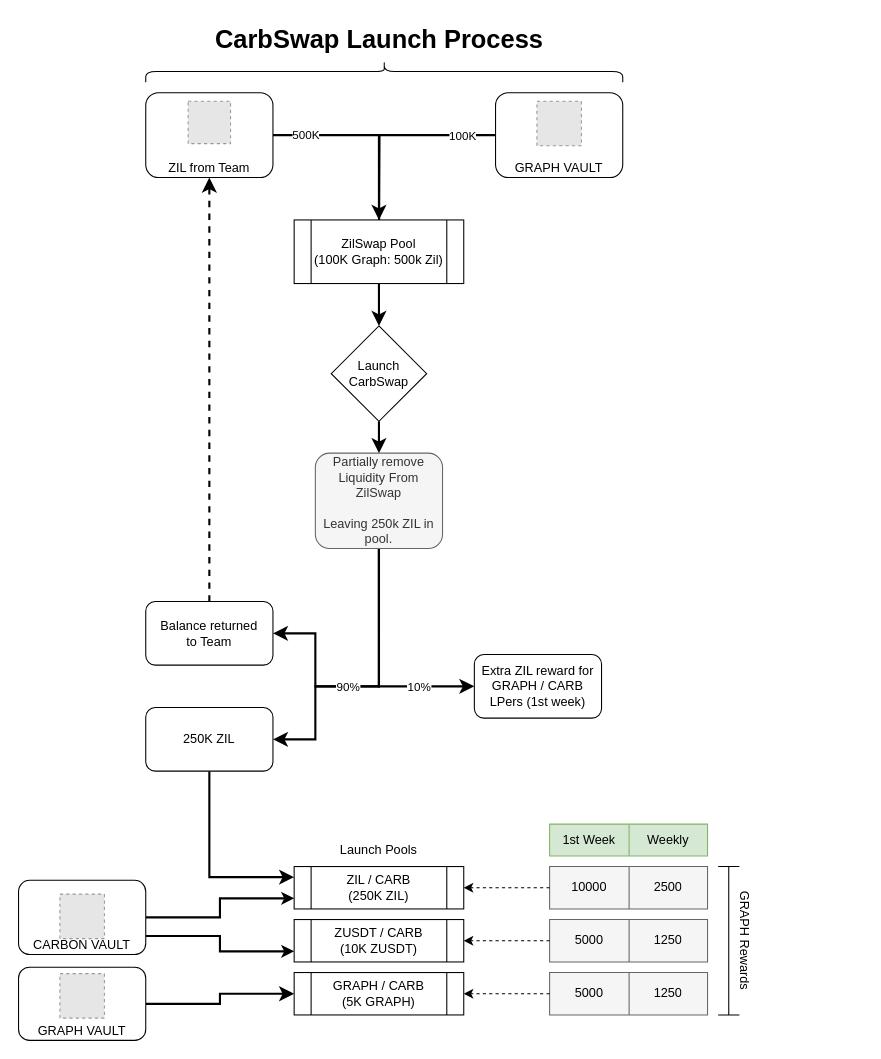
Above: carbswapflow.drawio in Carbon-Labs/Diagrams (draw.io), before the change. Source tidied: cells renumbered, new cells numbered last; positions are measured from the earlier drawing's top-left corner, leaving out a move shared by most shapes. Both pictures are drawn from the tidied source at 106%, with x=0, y=0 at pixel (18, -167). Pictures stored in the file or linked from it are replaced by grey dashed boxes.
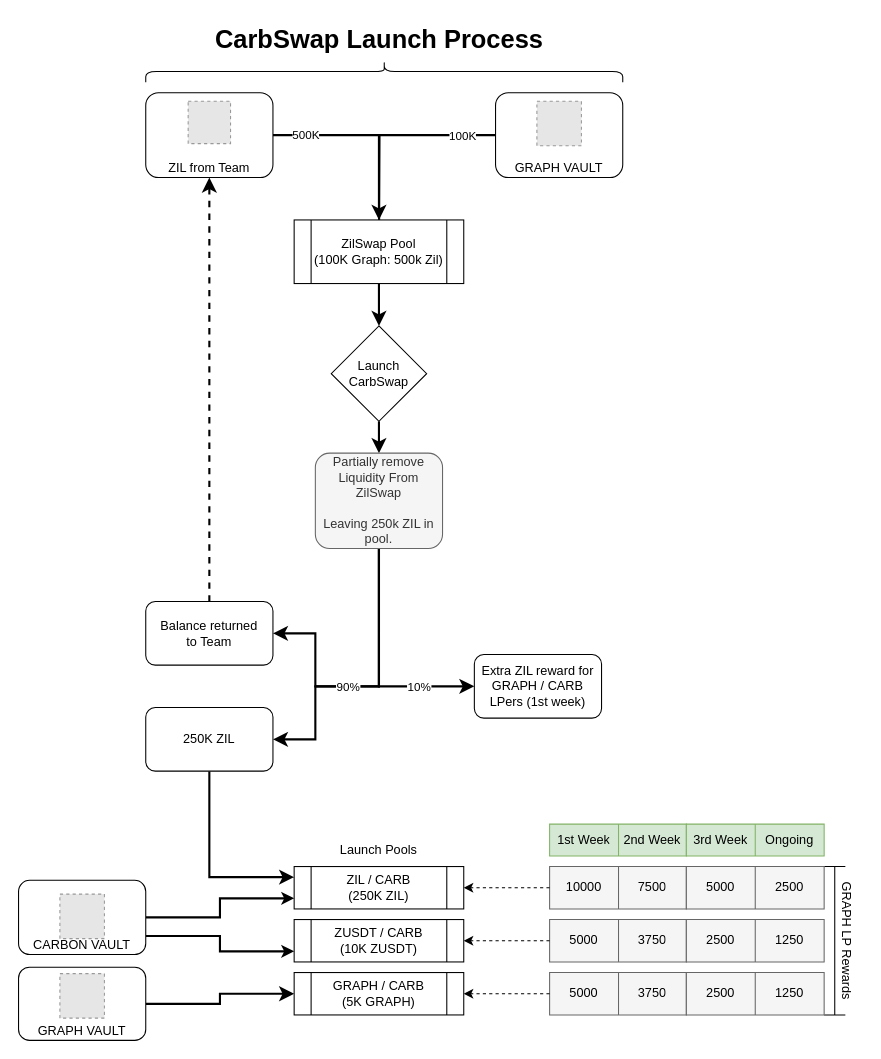
Above is the later version.

Diff of the diagram source:
```diff
@@
     <mxCell id="38" style="shape=table;startSize=0;childLayout=tableLayout;rounded=0;shadow=0;strokeColor=#82b366;fillColor=#d5e8d4;" parent="1" vertex="1">
-      <mxGeometry x="501" y="935" width="149" height="30" as="geometry" />
+      <mxGeometry x="501" y="935" width="129" height="30" as="geometry" />
     </mxCell>
     <mxCell id="39" style="shape=partialRectangle;fillColor=none;top=0;left=0;bottom=0;right=0;rounded=0;shadow=0;strokeColor=default;" parent="38" vertex="1">
-      <mxGeometry width="149" height="30" as="geometry" />
+      <mxGeometry width="129" height="30" as="geometry" />
     </mxCell>
     <mxCell id="40" value="1st Week" style="shape=partialRectangle;html=1;whiteSpace=wrap;overflow=hidden;fillColor=none;top=0;left=0;bottom=0;right=0;rounded=0;shadow=0;strokeColor=default;" parent="39" vertex="1">
-      <mxGeometry width="75" height="30" as="geometry" />
+      <mxGeometry width="65" height="30" as="geometry" />
     </mxCell>
-    <mxCell id="41" value="Weekly" style="shape=partialRectangle;html=1;whiteSpace=wrap;overflow=hidden;fillColor=none;top=0;left=0;bottom=0;right=0;rounded=0;shadow=0;strokeColor=default;" parent="39" vertex="1">
-      <mxGeometry x="75" width="74" height="30" as="geometry" />
+    <mxCell id="41" value="2nd Week" style="shape=partialRectangle;html=1;whiteSpace=wrap;overflow=hidden;fillColor=none;top=0;left=0;bottom=0;right=0;rounded=0;shadow=0;strokeColor=default;" parent="39" vertex="1">
+      <mxGeometry x="65" width="64" height="30" as="geometry" />
     </mxCell>
     <mxCell id="42" style="shape=table;startSize=0;childLayout=tableLayout;rounded=0;shadow=0;strokeColor=#666666;fillColor=#f5f5f5;fontColor=#333333;" parent="1" vertex="1">
-      <mxGeometry x="501" y="975" width="149" height="40" as="geometry" />
+      <mxGeometry x="501" y="975" width="129" height="40" as="geometry" />
     </mxCell>
     <mxCell id="43" style="shape=partialRectangle;fillColor=none;top=0;left=0;bottom=0;right=0;points=[[0,0.5],[1,0.5]];portConstraint=eastwest;rounded=0;shadow=0;strokeColor=default;" parent="42" vertex="1">
-      <mxGeometry width="149" height="40" as="geometry" />
+      <mxGeometry width="129" height="40" as="geometry" />
     </mxCell>
     <mxCell id="44" value="10000" style="shape=partialRectangle;html=1;whiteSpace=wrap;overflow=hidden;fillColor=none;top=0;left=0;bottom=0;right=0;rounded=0;shadow=0;strokeColor=default;" parent="43" vertex="1">
-      <mxGeometry width="75" height="40" as="geometry" />
+      <mxGeometry width="65" height="40" as="geometry" />
     </mxCell>
-    <mxCell id="45" value="2500" style="shape=partialRectangle;html=1;whiteSpace=wrap;overflow=hidden;fillColor=none;top=0;left=0;bottom=0;right=0;rounded=0;shadow=0;strokeColor=default;" parent="43" vertex="1">
-      <mxGeometry x="75" width="74" height="40" as="geometry" />
+    <mxCell id="45" value="7500" style="shape=partialRectangle;html=1;whiteSpace=wrap;overflow=hidden;fillColor=none;top=0;left=0;bottom=0;right=0;rounded=0;shadow=0;strokeColor=default;" parent="43" vertex="1">
+      <mxGeometry x="65" width="64" height="40" as="geometry" />
     </mxCell>
@@
     <mxCell id="47" style="shape=table;startSize=0;childLayout=tableLayout;rounded=0;shadow=0;strokeColor=#666666;fillColor=#f5f5f5;fontColor=#333333;" parent="1" vertex="1">
-      <mxGeometry x="501" y="1025" width="149" height="40" as="geometry" />
+      <mxGeometry x="501" y="1025" width="129" height="40" as="geometry" />
     </mxCell>
     <mxCell id="48" style="shape=partialRectangle;fillColor=none;top=0;left=0;bottom=0;right=0;points=[[0,0.5],[1,0.5]];portConstraint=eastwest;rounded=0;shadow=0;strokeColor=default;" parent="47" vertex="1">
-      <mxGeometry width="149" height="40" as="geometry" />
+      <mxGeometry width="129" height="40" as="geometry" />
     </mxCell>
     <mxCell id="49" value="5000" style="shape=partialRectangle;html=1;whiteSpace=wrap;overflow=hidden;fillColor=none;top=0;left=0;bottom=0;right=0;rounded=0;shadow=0;strokeColor=default;" parent="48" vertex="1">
-      <mxGeometry width="75" height="40" as="geometry" />
+      <mxGeometry width="65" height="40" as="geometry" />
     </mxCell>
-    <mxCell id="50" value="1250" style="shape=partialRectangle;html=1;whiteSpace=wrap;overflow=hidden;fillColor=none;top=0;left=0;bottom=0;right=0;rounded=0;shadow=0;strokeColor=default;" parent="48" vertex="1">
-      <mxGeometry x="75" width="74" height="40" as="geometry" />
+    <mxCell id="50" value="3750" style="shape=partialRectangle;html=1;whiteSpace=wrap;overflow=hidden;fillColor=none;top=0;left=0;bottom=0;right=0;rounded=0;shadow=0;strokeColor=default;" parent="48" vertex="1">
+      <mxGeometry x="65" width="64" height="40" as="geometry" />
     </mxCell>
     <mxCell id="51" style="shape=table;startSize=0;childLayout=tableLayout;rounded=0;shadow=0;strokeColor=#666666;fillColor=#f5f5f5;fontColor=#333333;" parent="1" vertex="1">
-      <mxGeometry x="501" y="1075" width="149" height="40" as="geometry" />
+      <mxGeometry x="501" y="1075" width="129" height="40" as="geometry" />
     </mxCell>
     <mxCell id="52" style="shape=partialRectangle;fillColor=none;top=0;left=0;bottom=0;right=0;points=[[0,0.5],[1,0.5]];portConstraint=eastwest;rounded=0;shadow=0;strokeColor=default;" parent="51" vertex="1">
-      <mxGeometry width="149" height="40" as="geometry" />
+      <mxGeometry width="129" height="40" as="geometry" />
     </mxCell>
     <mxCell id="53" value="5000" style="shape=partialRectangle;html=1;whiteSpace=wrap;overflow=hidden;fillColor=none;top=0;left=0;bottom=0;right=0;rounded=0;shadow=0;strokeColor=default;" parent="52" vertex="1">
-      <mxGeometry width="75" height="40" as="geometry" />
+      <mxGeometry width="65" height="40" as="geometry" />
     </mxCell>
-    <mxCell id="54" value="1250" style="shape=partialRectangle;html=1;whiteSpace=wrap;overflow=hidden;fillColor=none;top=0;left=0;bottom=0;right=0;rounded=0;shadow=0;strokeColor=default;" parent="52" vertex="1">
-      <mxGeometry x="75" width="74" height="40" as="geometry" />
+    <mxCell id="54" value="3750" style="shape=partialRectangle;html=1;whiteSpace=wrap;overflow=hidden;fillColor=none;top=0;left=0;bottom=0;right=0;rounded=0;shadow=0;strokeColor=default;" parent="52" vertex="1">
+      <mxGeometry x="65" width="64" height="40" as="geometry" />
     </mxCell>
@@
     <mxCell id="57" style="shape=crossbar;whiteSpace=wrap;html=1;rounded=1;direction=south;shadow=0;strokeColor=default;fillColor=default;" parent="1" vertex="1">
-      <mxGeometry x="660" y="975" width="20" height="140" as="geometry" />
+      <mxGeometry x="760" y="975" width="20" height="140" as="geometry" />
     </mxCell>
-    <mxCell id="58" value="GRAPH Rewards" style="text;html=1;strokeColor=none;fillColor=none;align=center;verticalAlign=middle;whiteSpace=wrap;rounded=0;shadow=0;rotation=90;" parent="1" vertex="1">
-      <mxGeometry x="630" y="1030" width="110" height="30" as="geometry" />
+    <mxCell id="58" value="GRAPH LP Rewards" style="text;html=1;strokeColor=none;fillColor=none;align=center;verticalAlign=middle;whiteSpace=wrap;rounded=0;shadow=0;rotation=90;" parent="1" vertex="1">
+      <mxGeometry x="710" y="1030" width="142.5" height="30" as="geometry" />
     </mxCell>
+    <mxCell id="59" style="shape=table;startSize=0;childLayout=tableLayout;rounded=0;shadow=0;strokeColor=#666666;fillColor=#f5f5f5;fontColor=#333333;" parent="1" vertex="1">
+      <mxGeometry x="630" y="975" width="130" height="40" as="geometry" />
+    </mxCell>
+    <mxCell id="60" style="shape=partialRectangle;fillColor=none;top=0;left=0;bottom=0;right=0;rounded=0;shadow=0;strokeColor=default;" parent="59" vertex="1">
+      <mxGeometry width="130" height="40" as="geometry" />
+    </mxCell>
+    <mxCell id="61" value="5000" style="shape=partialRectangle;html=1;whiteSpace=wrap;overflow=hidden;fillColor=none;top=0;left=0;bottom=0;right=0;rounded=0;shadow=0;strokeColor=default;" parent="60" vertex="1">
+      <mxGeometry width="65" height="40" as="geometry" />
+    </mxCell>
+    <mxCell id="62" value="2500" style="shape=partialRectangle;html=1;whiteSpace=wrap;overflow=hidden;fillColor=none;top=0;left=0;bottom=0;right=0;rounded=0;shadow=0;strokeColor=default;" parent="60" vertex="1">
+      <mxGeometry x="65" width="65" height="40" as="geometry" />
+    </mxCell>
+    <mxCell id="63" style="shape=table;startSize=0;childLayout=tableLayout;rounded=0;shadow=0;strokeColor=#666666;fillColor=#f5f5f5;fontColor=#333333;" parent="1" vertex="1">
+      <mxGeometry x="630" y="1025" width="130" height="40" as="geometry" />
+    </mxCell>
+    <mxCell id="64" style="shape=partialRectangle;fillColor=none;top=0;left=0;bottom=0;right=0;rounded=0;shadow=0;strokeColor=default;" parent="63" vertex="1">
+      <mxGeometry width="130" height="40" as="geometry" />
+    </mxCell>
+    <mxCell id="65" value="2500" style="shape=partialRectangle;html=1;whiteSpace=wrap;overflow=hidden;fillColor=none;top=0;left=0;bottom=0;right=0;rounded=0;shadow=0;strokeColor=default;" parent="64" vertex="1">
+      <mxGeometry width="65" height="40" as="geometry" />
+    </mxCell>
+    <mxCell id="66" value="1250" style="shape=partialRectangle;html=1;whiteSpace=wrap;overflow=hidden;fillColor=none;top=0;left=0;bottom=0;right=0;rounded=0;shadow=0;strokeColor=default;" parent="64" vertex="1">
+      <mxGeometry x="65" width="65" height="40" as="geometry" />
+    </mxCell>
+    <mxCell id="67" style="shape=table;startSize=0;childLayout=tableLayout;rounded=0;shadow=0;strokeColor=#666666;fillColor=#f5f5f5;fontColor=#333333;" parent="1" vertex="1">
+      <mxGeometry x="630" y="1075" width="130" height="40" as="geometry" />
+    </mxCell>
+    <mxCell id="68" style="shape=partialRectangle;fillColor=none;top=0;left=0;bottom=0;right=0;rounded=0;shadow=0;strokeColor=default;" parent="67" vertex="1">
+      <mxGeometry width="130" height="40" as="geometry" />
+    </mxCell>
+    <mxCell id="69" value="2500" style="shape=partialRectangle;html=1;whiteSpace=wrap;overflow=hidden;fillColor=none;top=0;left=0;bottom=0;right=0;rounded=0;shadow=0;strokeColor=default;" parent="68" vertex="1">
+      <mxGeometry width="65" height="40" as="geometry" />
+    </mxCell>
+    <mxCell id="70" value="1250" style="shape=partialRectangle;html=1;whiteSpace=wrap;overflow=hidden;fillColor=none;top=0;left=0;bottom=0;right=0;rounded=0;shadow=0;strokeColor=default;" parent="68" vertex="1">
+      <mxGeometry x="65" width="65" height="40" as="geometry" />
+    </mxCell>
+    <mxCell id="71" style="shape=table;startSize=0;childLayout=tableLayout;rounded=0;shadow=0;strokeColor=#82b366;fillColor=#d5e8d4;" parent="1" vertex="1">
+      <mxGeometry x="630" y="935" width="130" height="30" as="geometry" />
+    </mxCell>
+    <mxCell id="72" style="shape=partialRectangle;fillColor=none;top=0;left=0;bottom=0;right=0;rounded=0;shadow=0;strokeColor=default;" parent="71" vertex="1">
+      <mxGeometry width="130" height="30" as="geometry" />
+    </mxCell>
+    <mxCell id="73" value="3rd Week" style="shape=partialRectangle;html=1;whiteSpace=wrap;overflow=hidden;fillColor=none;top=0;left=0;bottom=0;right=0;rounded=0;shadow=0;strokeColor=default;" parent="72" vertex="1">
+      <mxGeometry width="65" height="30" as="geometry" />
+    </mxCell>
+    <mxCell id="74" value="Ongoing" style="shape=partialRectangle;html=1;whiteSpace=wrap;overflow=hidden;fillColor=none;top=0;left=0;bottom=0;right=0;rounded=0;shadow=0;strokeColor=default;" parent="72" vertex="1">
+      <mxGeometry x="65" width="65" height="30" as="geometry" />
+    </mxCell>
```
